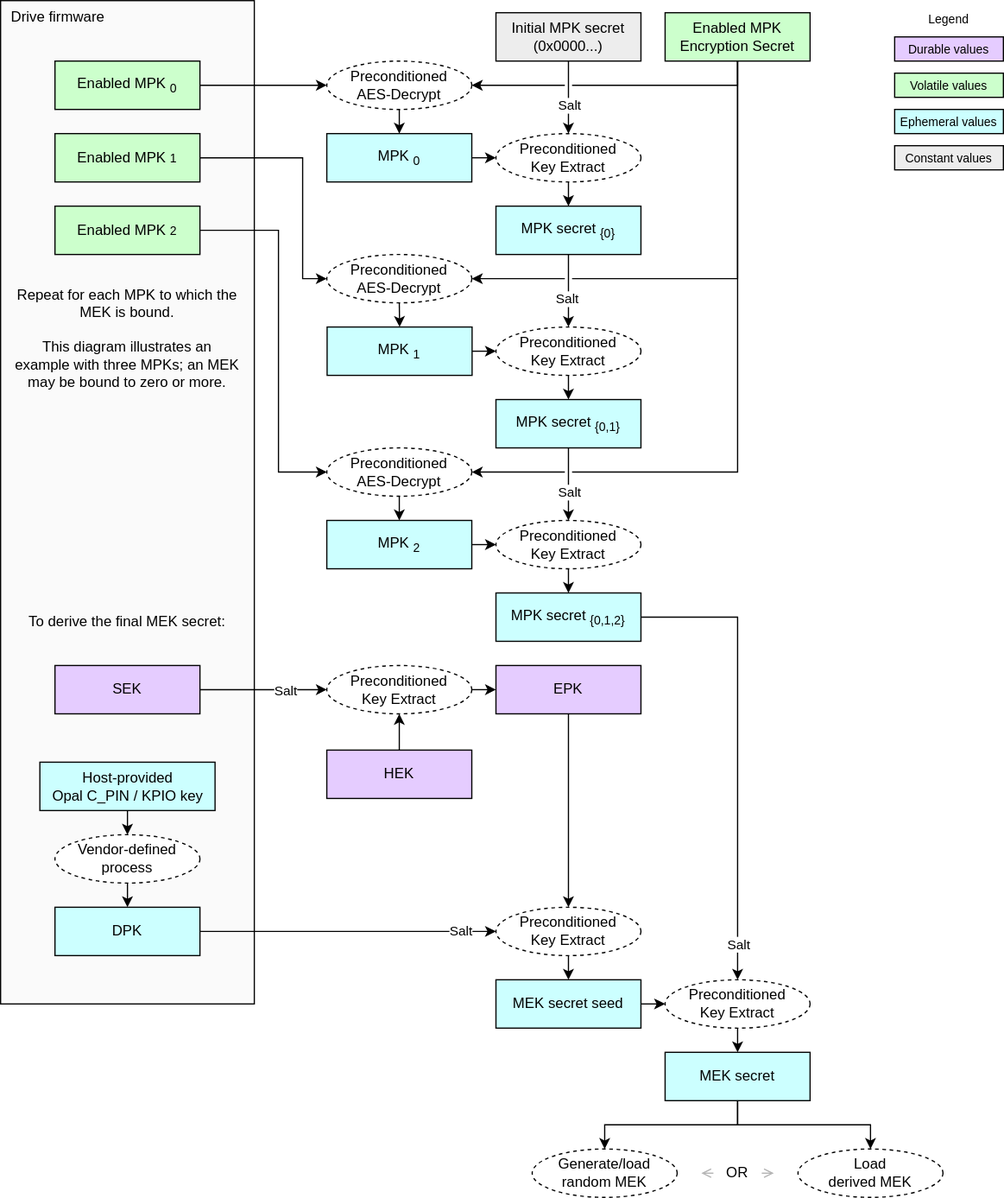
Above: doc/ocp_lock/diagrams/mek_secret_derivation.drawio.svg in chipsalliance/Caliptra (draw.io), before the change. Source tidied: cells renumbered, new cells last; positions are measured from the earlier drawing's top-left corner, leaving out a move shared by most shapes.
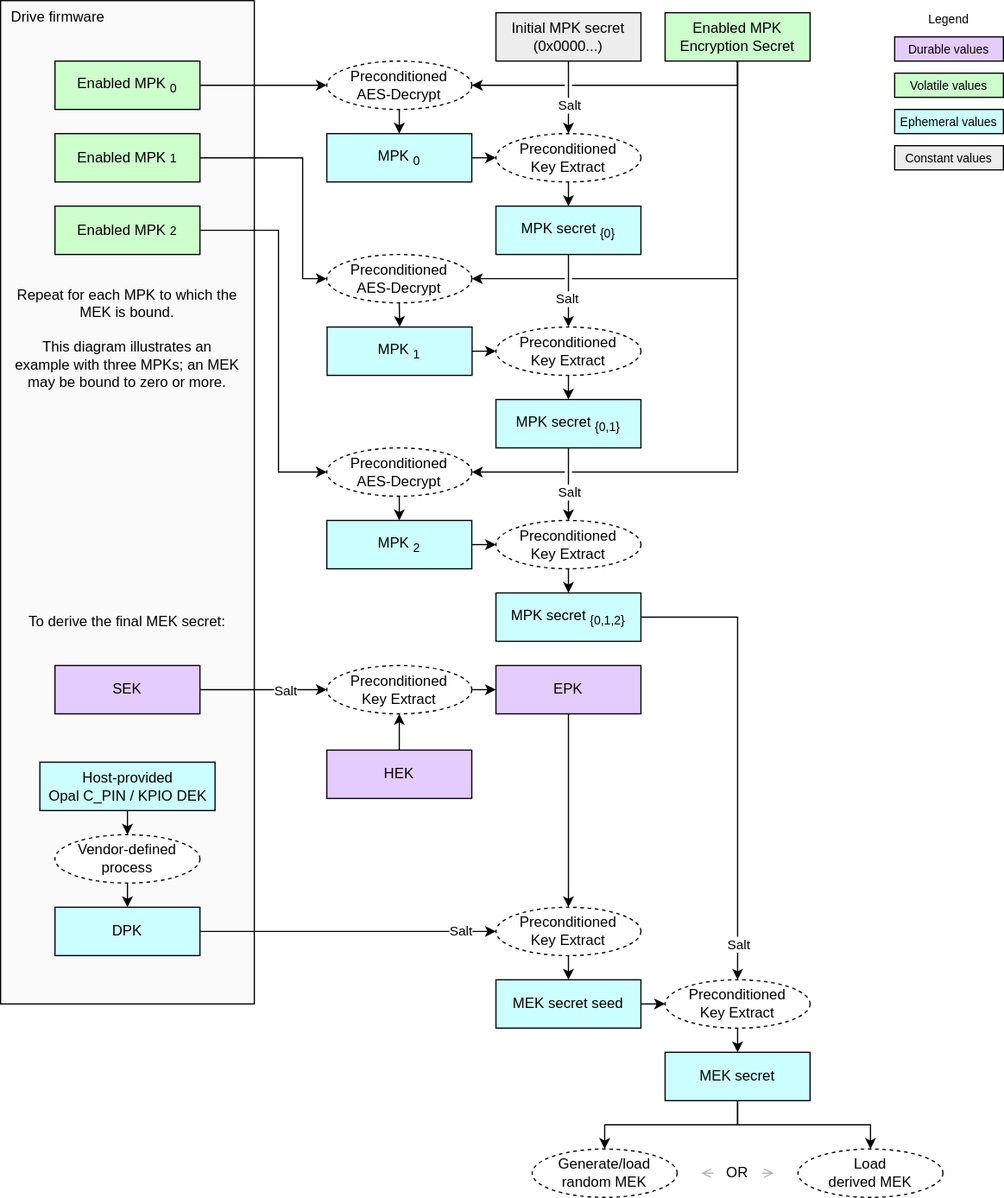
After the change.

The edit, as a diff of the source:
```diff
@@ -160,7 +160,7 @@
     <mxCell id="50" style="edgeStyle=none;html=1;exitX=0.5;exitY=1;exitDx=0;exitDy=0;entryX=0.5;entryY=0;entryDx=0;entryDy=0;" parent="1" edge="1" source="51" target="49">
       <mxGeometry relative="1" as="geometry" />
     </mxCell>
-    <mxCell id="51" value="&lt;div&gt;&lt;font color=&quot;#000000&quot;&gt;Host-provided&lt;/font&gt;&lt;/div&gt;&lt;div&gt;&lt;font color=&quot;#000000&quot;&gt;Opal C_PIN / KPIO key&lt;/font&gt;&lt;/div&gt;" style="rounded=0;whiteSpace=wrap;html=1;align=center;verticalAlign=middle;shadow=0;glass=0;spacingLeft=0;spacingBottom=0;spacingTop=0;fillColor=#CCFFFF;" parent="1" vertex="1">
+    <mxCell id="51" value="&lt;div&gt;&lt;font color=&quot;#000000&quot;&gt;Host-provided&lt;/font&gt;&lt;/div&gt;&lt;div&gt;&lt;font color=&quot;#000000&quot;&gt;Opal C_PIN / KPIO DEK&lt;/font&gt;&lt;/div&gt;" style="rounded=0;whiteSpace=wrap;html=1;align=center;verticalAlign=middle;shadow=0;glass=0;spacingLeft=0;spacingBottom=0;spacingTop=0;fillColor=#CCFFFF;" parent="1" vertex="1">
       <mxGeometry x="32.5" y="630" width="145" height="40" as="geometry" />
     </mxCell>
     <mxCell id="52" value="Repeat for each MPK to which the MEK is bound.&lt;div&gt;&lt;br&gt;&lt;/div&gt;&lt;div&gt;This diagram illustrates an example with three MPKs; an MEK may be bound to zero or more.&lt;/div&gt;" style="text;strokeColor=none;align=center;fillColor=none;html=1;verticalAlign=top;whiteSpace=wrap;rounded=0;" parent="1" vertex="1">
```
